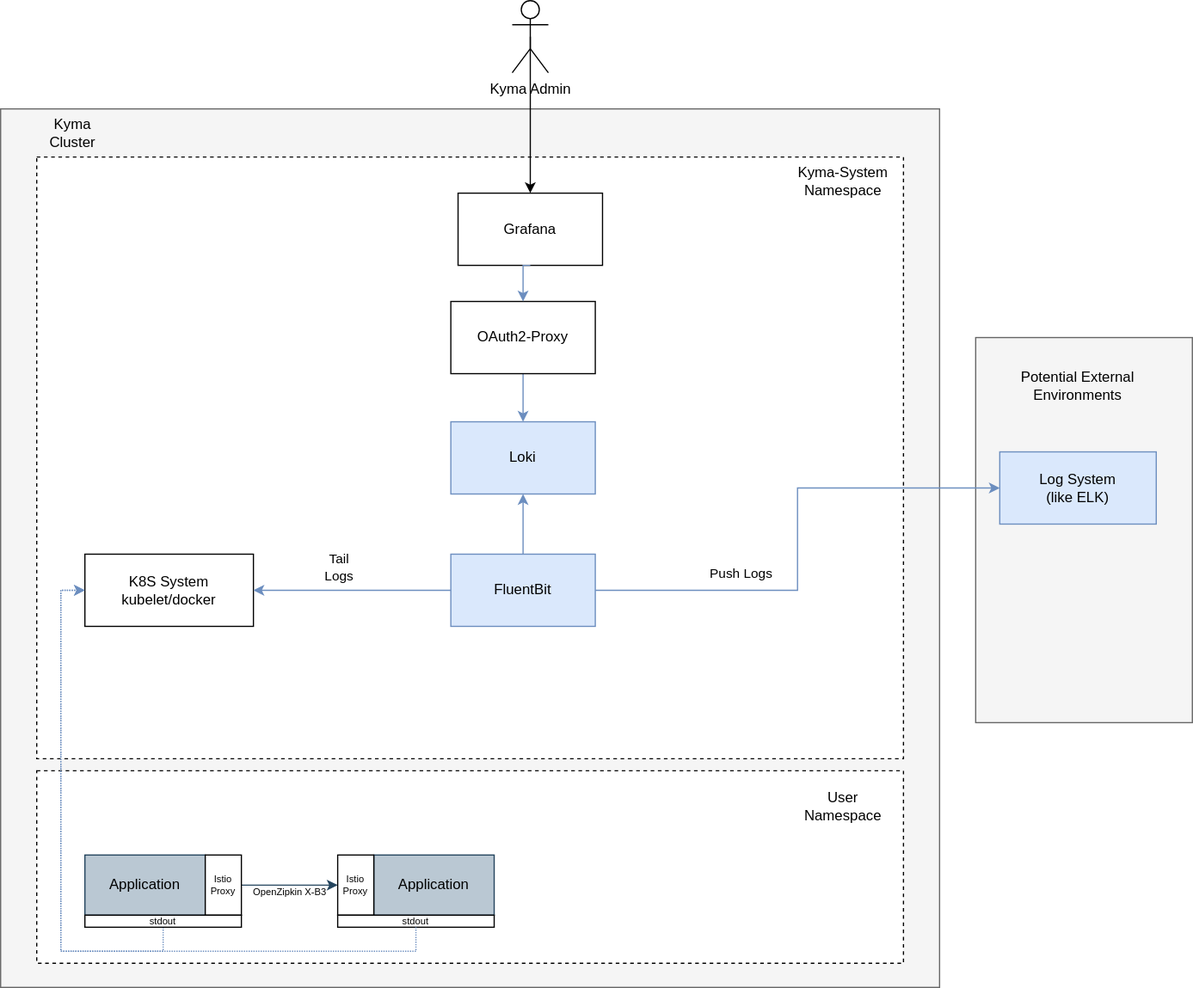
Before: concepts/observability-strategy/configurable-logging/assets/logging-current.drawio.svg, a diagram exported from draw.io (kyma-project/community). Source tidied: cells renumbered, new cells last; positions are measured from the earlier drawing's top-left corner, leaving out a move shared by most shapes. Source of this version:
```xml
<mxGraphModel>
  <root>
    <mxCell id="0" />
    <mxCell id="1" parent="0" />
    <mxCell id="2" style="rounded=0;whiteSpace=wrap;html=1;fillColor=#f5f5f5;strokeColor=#666666;fontColor=#333333;" parent="1" vertex="1">
      <mxGeometry x="810" y="280" width="180" height="320" as="geometry" />
    </mxCell>
    <mxCell id="3" style="rounded=0;whiteSpace=wrap;html=1;fillColor=#f5f5f5;strokeColor=#666666;fontColor=#333333;" parent="1" vertex="1">
      <mxGeometry y="90" width="780" height="730" as="geometry" />
    </mxCell>
    <mxCell id="4" style="rounded=0;whiteSpace=wrap;html=1;dashed=1;fillColor=#FFFFFF;strokeColor=#000000;" parent="1" vertex="1">
      <mxGeometry x="30" y="640" width="720" height="160" as="geometry" />
    </mxCell>
    <mxCell id="5" style="rounded=0;whiteSpace=wrap;html=1;dashed=1;fillColor=#FFFFFF;strokeColor=#000000;" parent="1" vertex="1">
      <mxGeometry x="30" y="130" width="720" height="500" as="geometry" />
    </mxCell>
    <mxCell id="6" style="edgeStyle=orthogonalEdgeStyle;rounded=0;jettySize=auto;html=1;exitX=0.5;exitY=1;exitDx=0;exitDy=0;entryX=0;entryY=0.5;entryDx=0;entryDy=0;startArrow=none;startFill=0;dashed=1;fillColor=#dae8fc;strokeColor=#6c8ebf;dashPattern=1 1;" parent="1" edge="1" source="28" target="8">
      <mxGeometry relative="1" as="geometry">
        <Array as="points">
          <mxPoint x="135" y="790" />
          <mxPoint x="50" y="790" />
          <mxPoint x="50" y="490" />
        </Array>
      </mxGeometry>
    </mxCell>
    <mxCell id="7" value="Application" style="rounded=0;whiteSpace=wrap;html=1;fillColor=#bac8d3;strokeColor=#23445d;fontColor=#000000;" parent="1" vertex="1">
      <mxGeometry x="70" y="710" width="100" height="50" as="geometry" />
    </mxCell>
    <mxCell id="8" value="K8S System&lt;br&gt;kubelet/docker" style="rounded=0;whiteSpace=wrap;html=1;fillColor=#FFFFFF;strokeColor=#000000;fontColor=#000000;" parent="1" vertex="1">
      <mxGeometry x="70" y="460" width="140" height="60" as="geometry" />
    </mxCell>
    <mxCell id="9" style="edgeStyle=orthogonalEdgeStyle;rounded=0;jettySize=auto;html=1;exitX=0;exitY=0.5;exitDx=0;exitDy=0;entryX=1;entryY=0.5;entryDx=0;entryDy=0;fillColor=#dae8fc;strokeColor=#6c8ebf;" parent="1" edge="1" source="14" target="8">
      <mxGeometry relative="1" as="geometry" />
    </mxCell>
    <mxCell id="10" value="Tail&lt;br&gt;Logs" style="edgeLabel;html=1;align=center;verticalAlign=middle;labelBackgroundColor=none;fontColor=#000000;" parent="9" vertex="1">
      <mxGeometry x="0.27" y="-3" relative="1" as="geometry">
        <mxPoint x="10" y="-17" as="offset" />
      </mxGeometry>
    </mxCell>
    <mxCell id="11" style="edgeStyle=orthogonalEdgeStyle;rounded=0;jettySize=auto;html=1;exitX=0.5;exitY=0;exitDx=0;exitDy=0;entryX=0.5;entryY=1;entryDx=0;entryDy=0;fillColor=#dae8fc;strokeColor=#6c8ebf;" parent="1" edge="1" source="14" target="19">
      <mxGeometry relative="1" as="geometry">
        <Array as="points">
          <mxPoint x="434" y="410" />
          <mxPoint x="434" y="410" />
        </Array>
      </mxGeometry>
    </mxCell>
    <mxCell id="12" style="edgeStyle=orthogonalEdgeStyle;rounded=0;jettySize=auto;html=1;exitX=1;exitY=0.5;exitDx=0;exitDy=0;fontSize=12;fontColor=#000000;entryX=0;entryY=0.5;entryDx=0;entryDy=0;fillColor=#dae8fc;strokeColor=#6c8ebf;" parent="1" edge="1" source="14" target="20">
      <mxGeometry relative="1" as="geometry" />
    </mxCell>
    <mxCell id="13" value="Push Logs" style="edgeLabel;html=1;align=center;verticalAlign=middle;labelBackgroundColor=none;fontColor=#000000;" parent="12" vertex="1">
      <mxGeometry x="-0.43" y="1" relative="1" as="geometry">
        <mxPoint y="-14" as="offset" />
      </mxGeometry>
    </mxCell>
    <mxCell id="14" value="FluentBit" style="rounded=0;whiteSpace=wrap;html=1;fillColor=#dae8fc;strokeColor=#6c8ebf;fontColor=#000000;" parent="1" vertex="1">
      <mxGeometry x="374" y="460" width="120" height="60" as="geometry" />
    </mxCell>
    <mxCell id="15" value="Kyma Cluster" style="text;html=1;strokeColor=none;fillColor=none;align=center;verticalAlign=middle;whiteSpace=wrap;rounded=0;fontColor=#000000;" parent="1" vertex="1">
      <mxGeometry x="40" y="100" width="40" height="20" as="geometry" />
    </mxCell>
    <mxCell id="16" value="Kyma-System Namespace" style="text;html=1;strokeColor=none;fillColor=none;align=center;verticalAlign=middle;whiteSpace=wrap;rounded=0;fontColor=#000000;" parent="1" vertex="1">
      <mxGeometry x="655" y="140" width="90" height="20" as="geometry" />
    </mxCell>
    <mxCell id="17" value="User Namespace" style="text;html=1;strokeColor=none;fillColor=none;align=center;verticalAlign=middle;whiteSpace=wrap;rounded=0;fontColor=#000000;" parent="1" vertex="1">
      <mxGeometry x="680" y="660" width="40" height="20" as="geometry" />
    </mxCell>
    <mxCell id="18" value="Potential External Environments" style="text;html=1;strokeColor=none;fillColor=none;align=center;verticalAlign=middle;whiteSpace=wrap;rounded=0;fontColor=#000000;" parent="1" vertex="1">
      <mxGeometry x="830" y="310" width="130" height="20" as="geometry" />
    </mxCell>
    <mxCell id="19" value="Loki" style="rounded=0;whiteSpace=wrap;html=1;fillColor=#dae8fc;strokeColor=#6c8ebf;fontColor=#000000;" parent="1" vertex="1">
      <mxGeometry x="374" y="350" width="120" height="60" as="geometry" />
    </mxCell>
    <mxCell id="20" value="Log System&lt;br&gt;(like ELK)" style="rounded=0;whiteSpace=wrap;html=1;fillColor=#dae8fc;strokeColor=#6c8ebf;fontColor=#000000;" parent="1" vertex="1">
      <mxGeometry x="830" y="375" width="130" height="60" as="geometry" />
    </mxCell>
    <mxCell id="21" style="edgeStyle=orthogonalEdgeStyle;rounded=0;jettySize=auto;html=1;exitX=0.5;exitY=1;exitDx=0;exitDy=0;entryX=0.5;entryY=0;entryDx=0;entryDy=0;fillColor=#dae8fc;strokeColor=#6c8ebf;" parent="1" edge="1" source="33" target="19">
      <mxGeometry relative="1" as="geometry" />
    </mxCell>
    <mxCell id="22" value="Grafana" style="rounded=0;whiteSpace=wrap;html=1;fillColor=#FFFFFF;strokeColor=#000000;fontColor=#000000;" parent="1" vertex="1">
      <mxGeometry x="380" y="160" width="120" height="60" as="geometry" />
    </mxCell>
    <mxCell id="23" style="edgeStyle=orthogonalEdgeStyle;rounded=0;jettySize=auto;html=1;exitX=0.5;exitY=0.5;exitDx=0;exitDy=0;exitPerimeter=0;entryX=0.5;entryY=0;entryDx=0;entryDy=0;fontColor=#000000;strokeColor=#000000;" parent="1" edge="1" source="24" target="22">
      <mxGeometry relative="1" as="geometry" />
    </mxCell>
    <mxCell id="24" value="Kyma Admin" style="shape=umlActor;verticalLabelPosition=bottom;verticalAlign=top;html=1;outlineConnect=0;strokeColor=#000000;fontColor=#000000;fillColor=#FFFFFF;" parent="1" vertex="1">
      <mxGeometry x="425" width="30" height="60" as="geometry" />
    </mxCell>
    <mxCell id="25" style="edgeStyle=orthogonalEdgeStyle;rounded=0;jettySize=auto;html=1;exitX=1;exitY=0.5;exitDx=0;exitDy=0;entryX=0;entryY=0.5;entryDx=0;entryDy=0;fillColor=#bac8d3;strokeColor=#23445d;" parent="1" edge="1" source="27">
      <mxGeometry relative="1" as="geometry">
        <mxPoint x="280" y="735" as="targetPoint" />
      </mxGeometry>
    </mxCell>
    <mxCell id="26" value="OpenZipkin X-B3" style="edgeLabel;html=1;align=center;verticalAlign=middle;fontSize=8;labelBackgroundColor=none;fontColor=#000000;" parent="25" vertex="1">
      <mxGeometry x="-0.42" relative="1" as="geometry">
        <mxPoint x="16.7" y="5" as="offset" />
      </mxGeometry>
    </mxCell>
    <mxCell id="27" value="Istio&lt;br style=&quot;font-size: 8px;&quot;&gt;Proxy" style="rounded=0;whiteSpace=wrap;html=1;fontSize=8;fillColor=#FFFFFF;strokeColor=#000000;fontColor=#000000;" parent="1" vertex="1">
      <mxGeometry x="170" y="710" width="30" height="50" as="geometry" />
    </mxCell>
    <mxCell id="28" value="stdout" style="rounded=0;whiteSpace=wrap;html=1;fontSize=8;fillColor=#FFFFFF;strokeColor=#000000;fontColor=#000000;" parent="1" vertex="1">
      <mxGeometry x="70" y="760" width="130" height="10" as="geometry" />
    </mxCell>
    <mxCell id="29" value="Application" style="rounded=0;whiteSpace=wrap;html=1;fillColor=#bac8d3;strokeColor=#23445d;fontColor=#000000;" parent="1" vertex="1">
      <mxGeometry x="310" y="710" width="100" height="50" as="geometry" />
    </mxCell>
    <mxCell id="30" value="Istio&lt;br style=&quot;font-size: 8px;&quot;&gt;Proxy" style="rounded=0;whiteSpace=wrap;html=1;fontSize=8;fillColor=#FFFFFF;strokeColor=#000000;fontColor=#000000;" parent="1" vertex="1">
      <mxGeometry x="280" y="710" width="30" height="50" as="geometry" />
    </mxCell>
    <mxCell id="31" value="stdout" style="rounded=0;whiteSpace=wrap;html=1;fontSize=8;fillColor=#FFFFFF;strokeColor=#000000;fontColor=#000000;" parent="1" vertex="1">
      <mxGeometry x="280" y="760" width="130" height="10" as="geometry" />
    </mxCell>
    <mxCell id="32" style="edgeStyle=orthogonalEdgeStyle;rounded=0;jettySize=auto;html=1;exitX=0.5;exitY=1;exitDx=0;exitDy=0;entryX=0;entryY=0.5;entryDx=0;entryDy=0;startArrow=none;startFill=0;dashed=1;fillColor=#dae8fc;strokeColor=#6c8ebf;dashPattern=1 1;" parent="1" edge="1" source="31" target="8">
      <mxGeometry relative="1" as="geometry">
        <Array as="points">
          <mxPoint x="345" y="790" />
          <mxPoint x="50" y="790" />
          <mxPoint x="50" y="490" />
        </Array>
      </mxGeometry>
    </mxCell>
    <mxCell id="33" value="OAuth2-Proxy" style="rounded=0;whiteSpace=wrap;html=1;" parent="1" vertex="1">
      <mxGeometry x="374" y="250" width="120" height="60" as="geometry" />
    </mxCell>
    <mxCell id="34" style="edgeStyle=orthogonalEdgeStyle;rounded=0;jettySize=auto;html=1;exitX=0.5;exitY=1;exitDx=0;exitDy=0;fillColor=#dae8fc;strokeColor=#6c8ebf;entryX=0.5;entryY=0;entryDx=0;entryDy=0;" parent="1" edge="1" source="22" target="33">
      <mxGeometry relative="1" as="geometry" />
    </mxCell>
  </root>
</mxGraphModel>
```
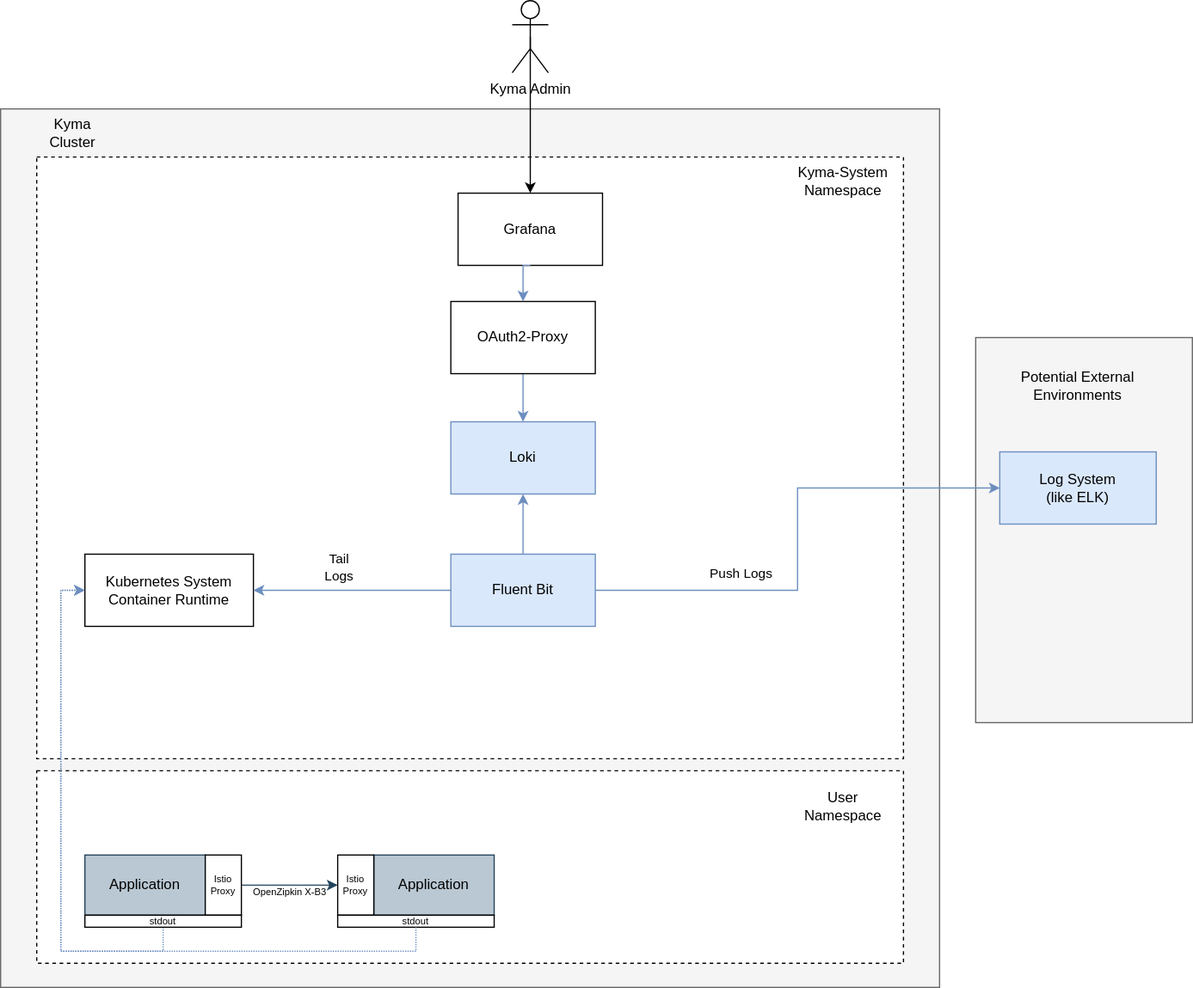
Later version of the same file.

What changed in the source:
```diff
@@ -26,7 +26,7 @@
     <mxCell id="7" value="Application" style="rounded=0;whiteSpace=wrap;html=1;fillColor=#bac8d3;strokeColor=#23445d;fontColor=#000000;" parent="1" vertex="1">
       <mxGeometry x="70" y="710" width="100" height="50" as="geometry" />
     </mxCell>
-    <mxCell id="8" value="K8S System&lt;br&gt;kubelet/docker" style="rounded=0;whiteSpace=wrap;html=1;fillColor=#FFFFFF;strokeColor=#000000;fontColor=#000000;" parent="1" vertex="1">
+    <mxCell id="8" value="Kubernetes System&lt;br&gt;Container Runtime" style="rounded=0;whiteSpace=wrap;html=1;fillColor=#FFFFFF;strokeColor=#000000;fontColor=#000000;" parent="1" vertex="1">
       <mxGeometry x="70" y="460" width="140" height="60" as="geometry" />
     </mxCell>
     <mxCell id="9" style="edgeStyle=orthogonalEdgeStyle;rounded=0;jettySize=auto;html=1;exitX=0;exitY=0.5;exitDx=0;exitDy=0;entryX=1;entryY=0.5;entryDx=0;entryDy=0;fillColor=#dae8fc;strokeColor=#6c8ebf;" parent="1" edge="1" source="14" target="8">
@@ -53,7 +53,7 @@
         <mxPoint y="-14" as="offset" />
       </mxGeometry>
     </mxCell>
-    <mxCell id="14" value="FluentBit" style="rounded=0;whiteSpace=wrap;html=1;fillColor=#dae8fc;strokeColor=#6c8ebf;fontColor=#000000;" parent="1" vertex="1">
+    <mxCell id="14" value="Fluent Bit" style="rounded=0;whiteSpace=wrap;html=1;fillColor=#dae8fc;strokeColor=#6c8ebf;fontColor=#000000;" parent="1" vertex="1">
       <mxGeometry x="374" y="460" width="120" height="60" as="geometry" />
     </mxCell>
     <mxCell id="15" value="Kyma Cluster" style="text;html=1;strokeColor=none;fillColor=none;align=center;verticalAlign=middle;whiteSpace=wrap;rounded=0;fontColor=#000000;" parent="1" vertex="1">
```
